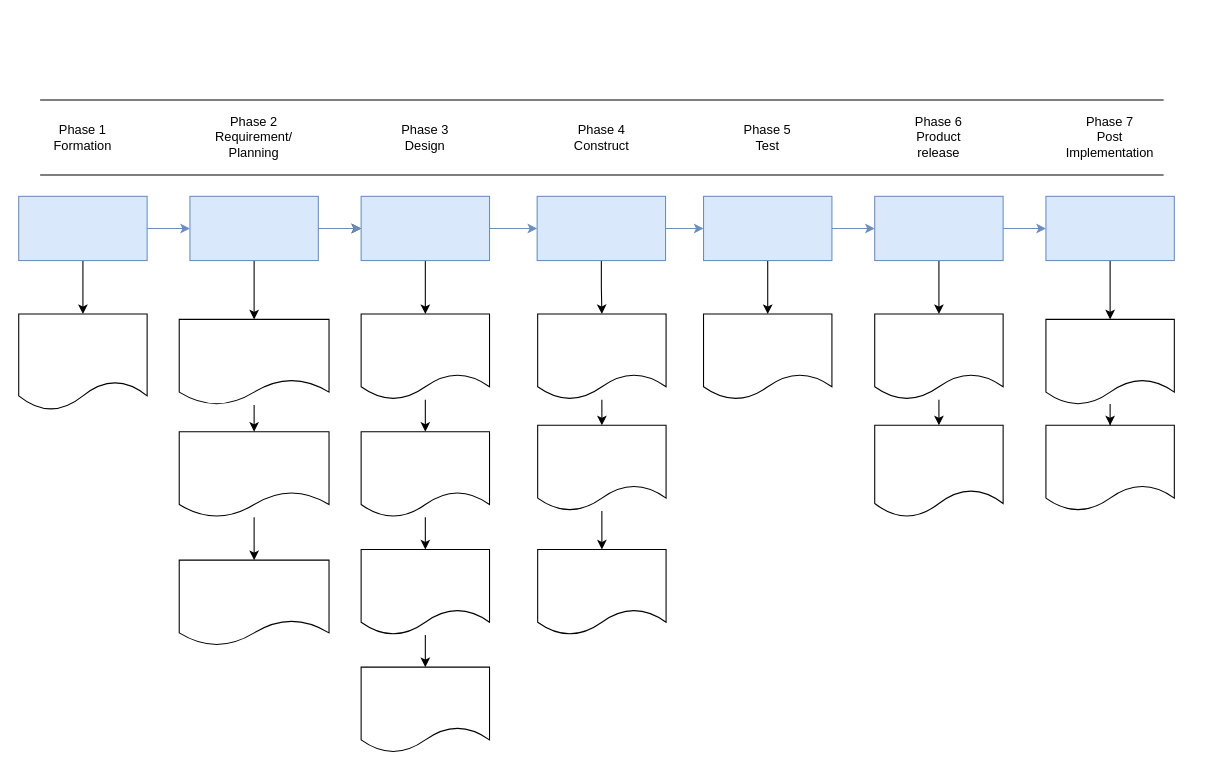
Before: Sign language detection project SDLC.drawio in YatinBajajOP/SEPM, a draw.io diagram. Source tidied: cells renumbered, new cells numbered last; positions are measured from the earlier drawing's top-left corner, leaving out a move shared by most shapes. Both pictures are drawn from the tidied source at 107%, with x=0, y=0 at pixel (18, 100).
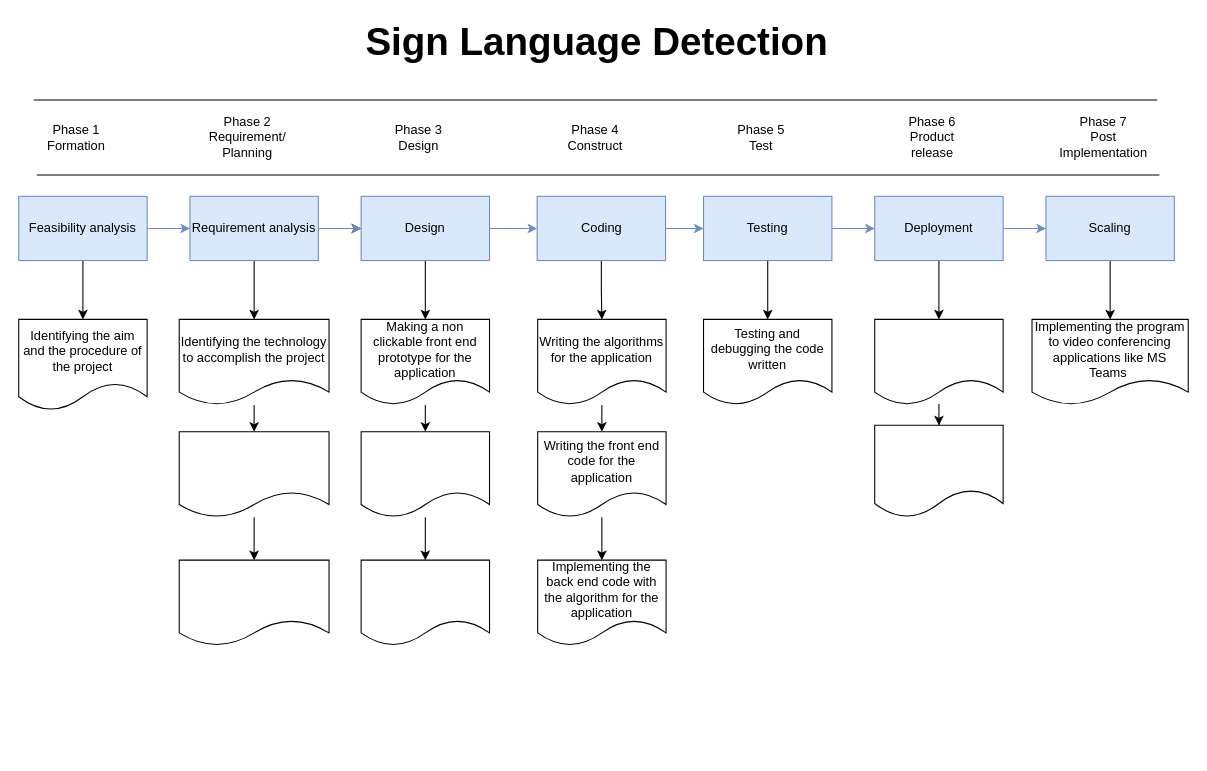
Above is the later version.

Change to the diagram source:
```diff
@@
-    <mxCell id="4" style="rounded=0;whiteSpace=wrap;html=1;fillColor=#dae8fc;strokeColor=#6c8ebf;" parent="1" vertex="1">
+    <mxCell id="4" value="Feasibility analysis" style="rounded=0;whiteSpace=wrap;html=1;fillColor=#dae8fc;strokeColor=#6c8ebf;" parent="1" vertex="1">
       <mxGeometry y="90" width="120" height="60" as="geometry" />
     </mxCell>
@@
-    <mxCell id="8" style="rounded=0;whiteSpace=wrap;html=1;fillColor=#dae8fc;strokeColor=#6c8ebf;" parent="1" vertex="1">
+    <mxCell id="8" value="Requirement analysis" style="rounded=0;whiteSpace=wrap;html=1;fillColor=#dae8fc;strokeColor=#6c8ebf;" parent="1" vertex="1">
       <mxGeometry x="160" y="90" width="120" height="60" as="geometry" />
     </mxCell>
@@
-    <mxCell id="11" style="rounded=0;whiteSpace=wrap;html=1;fillColor=#dae8fc;strokeColor=#6c8ebf;" parent="1" vertex="1">
+    <mxCell id="11" value="Design" style="rounded=0;whiteSpace=wrap;html=1;fillColor=#dae8fc;strokeColor=#6c8ebf;" parent="1" vertex="1">
       <mxGeometry x="320" y="90" width="120" height="60" as="geometry" />
     </mxCell>
-    <mxCell id="12" style="shape=document;whiteSpace=wrap;html=1;boundedLbl=1;" parent="1" vertex="1">
-      <mxGeometry y="200" width="120" height="90" as="geometry" />
+    <mxCell id="12" value="Identifying the aim and the procedure of the project" style="shape=document;whiteSpace=wrap;html=1;boundedLbl=1;" parent="1" vertex="1">
+      <mxGeometry y="205" width="120" height="85" as="geometry" />
     </mxCell>
@@
-    <mxCell id="14" style="shape=document;whiteSpace=wrap;html=1;boundedLbl=1;rounded=0;" parent="1" vertex="1">
+    <mxCell id="14" value="&lt;span&gt;Identifying the technology to accomplish the project&lt;/span&gt;" style="shape=document;whiteSpace=wrap;html=1;boundedLbl=1;rounded=0;" parent="1" vertex="1">
       <mxGeometry x="150" y="205" width="140" height="80" as="geometry" />
     </mxCell>
@@
-    <mxCell id="19" style="shape=document;whiteSpace=wrap;html=1;boundedLbl=1;rounded=0;" parent="1" vertex="1">
-      <mxGeometry x="320" y="200" width="120" height="80" as="geometry" />
+    <mxCell id="19" value="Making a non clickable front end prototype for the application" style="shape=document;whiteSpace=wrap;html=1;boundedLbl=1;rounded=0;" parent="1" vertex="1">
+      <mxGeometry x="320" y="205" width="120" height="80" as="geometry" />
     </mxCell>
@@
-    <mxCell id="22" style="edgeStyle=orthogonalEdgeStyle;rounded=0;jettySize=auto;html=1;" parent="1" edge="1" source="23" target="36">
-      <mxGeometry relative="1" as="geometry" />
-    </mxCell>
     <mxCell id="23" style="shape=document;whiteSpace=wrap;html=1;boundedLbl=1;rounded=0;" parent="1" vertex="1">
-      <mxGeometry x="320" y="420" width="120" height="80" as="geometry" />
+      <mxGeometry x="320" y="430" width="120" height="80" as="geometry" />
     </mxCell>
@@
-    <mxCell id="26" style="rounded=0;whiteSpace=wrap;html=1;fillColor=#dae8fc;strokeColor=#6c8ebf;" parent="1" vertex="1">
+    <mxCell id="26" value="Coding" style="rounded=0;whiteSpace=wrap;html=1;fillColor=#dae8fc;strokeColor=#6c8ebf;" parent="1" vertex="1">
       <mxGeometry x="484.5" y="90" width="120" height="60" as="geometry" />
     </mxCell>
@@
-    <mxCell id="28" style="shape=document;whiteSpace=wrap;html=1;boundedLbl=1;rounded=0;" parent="1" vertex="1">
-      <mxGeometry x="485" y="200" width="120" height="80" as="geometry" />
+    <mxCell id="28" value="Writing the algorithms for the application" style="shape=document;whiteSpace=wrap;html=1;boundedLbl=1;rounded=0;" parent="1" vertex="1">
+      <mxGeometry x="485" y="205" width="120" height="80" as="geometry" />
     </mxCell>
@@
-    <mxCell id="30" style="shape=document;whiteSpace=wrap;html=1;boundedLbl=1;rounded=0;" parent="1" vertex="1">
-      <mxGeometry x="485" y="304" width="120" height="80" as="geometry" />
+    <mxCell id="30" value="Writing the front end code for the application" style="shape=document;whiteSpace=wrap;html=1;boundedLbl=1;rounded=0;" parent="1" vertex="1">
+      <mxGeometry x="485" y="310" width="120" height="80" as="geometry" />
     </mxCell>
-    <mxCell id="31" style="shape=document;whiteSpace=wrap;html=1;boundedLbl=1;rounded=0;" parent="1" vertex="1">
-      <mxGeometry x="485" y="420" width="120" height="80" as="geometry" />
+    <mxCell id="31" value="Implementing the back end code with the algorithm for the application" style="shape=document;whiteSpace=wrap;html=1;boundedLbl=1;rounded=0;" parent="1" vertex="1">
+      <mxGeometry x="485" y="430" width="120" height="80" as="geometry" />
     </mxCell>
@@
-    <mxCell id="34" style="rounded=0;whiteSpace=wrap;html=1;fillColor=#dae8fc;strokeColor=#6c8ebf;" parent="1" vertex="1">
+    <mxCell id="34" value="Testing" style="rounded=0;whiteSpace=wrap;html=1;fillColor=#dae8fc;strokeColor=#6c8ebf;" parent="1" vertex="1">
       <mxGeometry x="640" y="90" width="120" height="60" as="geometry" />
     </mxCell>
-    <mxCell id="35" style="shape=document;whiteSpace=wrap;html=1;boundedLbl=1;rounded=0;" parent="1" vertex="1">
-      <mxGeometry x="640" y="200" width="120" height="80" as="geometry" />
+    <mxCell id="35" value="Testing and debugging the code written" style="shape=document;whiteSpace=wrap;html=1;boundedLbl=1;rounded=0;" parent="1" vertex="1">
+      <mxGeometry x="640" y="205" width="120" height="80" as="geometry" />
     </mxCell>
-    <mxCell id="36" style="shape=document;whiteSpace=wrap;html=1;boundedLbl=1;rounded=0;" parent="1" vertex="1">
-      <mxGeometry x="320" y="530" width="120" height="80" as="geometry" />
-    </mxCell>
@@
-    <mxCell id="39" style="whiteSpace=wrap;html=1;rounded=0;fillColor=#dae8fc;strokeColor=#6c8ebf;" parent="1" vertex="1">
+    <mxCell id="39" value="Deployment" style="whiteSpace=wrap;html=1;rounded=0;fillColor=#dae8fc;strokeColor=#6c8ebf;" parent="1" vertex="1">
       <mxGeometry x="800" y="90" width="120" height="60" as="geometry" />
     </mxCell>
@@
     <mxCell id="41" style="shape=document;whiteSpace=wrap;html=1;boundedLbl=1;rounded=0;" parent="1" vertex="1">
-      <mxGeometry x="800" y="200" width="120" height="80" as="geometry" />
+      <mxGeometry x="800" y="205" width="120" height="80" as="geometry" />
     </mxCell>
@@
-    <mxCell id="44" style="whiteSpace=wrap;html=1;rounded=0;fillColor=#dae8fc;strokeColor=#6c8ebf;" parent="1" vertex="1">
+    <mxCell id="44" value="Scaling" style="whiteSpace=wrap;html=1;rounded=0;fillColor=#dae8fc;strokeColor=#6c8ebf;" parent="1" vertex="1">
       <mxGeometry x="960" y="90" width="120" height="60" as="geometry" />
     </mxCell>
-    <mxCell id="45" style="edgeStyle=orthogonalEdgeStyle;rounded=0;jettySize=auto;html=1;" parent="1" edge="1" source="46" target="47">
-      <mxGeometry relative="1" as="geometry" />
-    </mxCell>
-    <mxCell id="46" style="shape=document;whiteSpace=wrap;html=1;boundedLbl=1;rounded=0;" parent="1" vertex="1">
-      <mxGeometry x="960" y="205" width="120" height="80" as="geometry" />
+    <mxCell id="46" value="Implementing the program to video conferencing applications like MS Teams&amp;nbsp;" style="shape=document;whiteSpace=wrap;html=1;boundedLbl=1;rounded=0;" parent="1" vertex="1">
+      <mxGeometry x="947" y="205" width="146" height="80" as="geometry" />
     </mxCell>
-    <mxCell id="47" style="shape=document;whiteSpace=wrap;html=1;boundedLbl=1;rounded=0;" parent="1" vertex="1">
-      <mxGeometry x="960" y="304" width="120" height="80" as="geometry" />
-    </mxCell>
     <mxCell id="48" value="Phase 1&lt;br&gt;Formation" style="text;html=1;strokeColor=none;fillColor=none;align=center;verticalAlign=middle;whiteSpace=wrap;rounded=0;" parent="1" vertex="1">
-      <mxGeometry x="30" y="20" width="60" height="30" as="geometry" />
+      <mxGeometry x="24" y="20" width="60" height="30" as="geometry" />
     </mxCell>
     <mxCell id="49" value="Phase 2&lt;br&gt;Requirement/ Planning" style="text;html=1;strokeColor=none;fillColor=none;align=center;verticalAlign=middle;whiteSpace=wrap;rounded=0;" parent="1" vertex="1">
-      <mxGeometry x="190" y="20" width="60" height="30" as="geometry" />
+      <mxGeometry x="184" y="20" width="60" height="30" as="geometry" />
     </mxCell>
     <mxCell id="50" value="Phase 3&lt;br&gt;Design" style="text;html=1;strokeColor=none;fillColor=none;align=center;verticalAlign=middle;whiteSpace=wrap;rounded=0;" parent="1" vertex="1">
-      <mxGeometry x="350" y="20" width="60" height="30" as="geometry" />
+      <mxGeometry x="344" y="20" width="60" height="30" as="geometry" />
     </mxCell>
     <mxCell id="51" value="Phase 4&lt;br&gt;Construct" style="text;html=1;strokeColor=none;fillColor=none;align=center;verticalAlign=middle;whiteSpace=wrap;rounded=0;" parent="1" vertex="1">
-      <mxGeometry x="515" y="20" width="60" height="30" as="geometry" />
+      <mxGeometry x="509" y="20" width="60" height="30" as="geometry" />
     </mxCell>
     <mxCell id="52" value="Phase 5&lt;br&gt;Test" style="text;html=1;strokeColor=none;fillColor=none;align=center;verticalAlign=middle;whiteSpace=wrap;rounded=0;" parent="1" vertex="1">
-      <mxGeometry x="670" y="20" width="60" height="30" as="geometry" />
+      <mxGeometry x="664" y="20" width="60" height="30" as="geometry" />
     </mxCell>
     <mxCell id="53" value="Phase 6&lt;br&gt;Product release" style="text;html=1;strokeColor=none;fillColor=none;align=center;verticalAlign=middle;whiteSpace=wrap;rounded=0;" parent="1" vertex="1">
-      <mxGeometry x="830" y="20" width="60" height="30" as="geometry" />
+      <mxGeometry x="824" y="20" width="60" height="30" as="geometry" />
     </mxCell>
     <mxCell id="54" value="Phase 7&lt;br&gt;Post Implementation" style="text;html=1;strokeColor=none;fillColor=none;align=center;verticalAlign=middle;whiteSpace=wrap;rounded=0;" parent="1" vertex="1">
-      <mxGeometry x="990" y="20" width="60" height="30" as="geometry" />
+      <mxGeometry x="984" y="20" width="60" height="30" as="geometry" />
     </mxCell>
     <mxCell id="55" style="endArrow=none;html=1;rounded=0;" parent="1" edge="1">
       <mxGeometry relative="1" as="geometry">
-        <mxPoint x="20" as="sourcePoint" />
-        <mxPoint x="1070" as="targetPoint" />
+        <mxPoint x="14" as="sourcePoint" />
+        <mxPoint x="1064" as="targetPoint" />
       </mxGeometry>
     </mxCell>
     <mxCell id="56" style="endArrow=none;html=1;rounded=0;" parent="1" edge="1">
       <mxGeometry relative="1" as="geometry">
-        <mxPoint x="20" y="70" as="sourcePoint" />
-        <mxPoint x="1070" y="70" as="targetPoint" />
+        <mxPoint x="17" y="70" as="sourcePoint" />
+        <mxPoint x="1066" y="70" as="targetPoint" />
       </mxGeometry>
     </mxCell>
+    <mxCell id="57" value="&lt;b&gt;&lt;font style=&quot;font-size: 36px&quot;&gt;Sign Language Detection&amp;nbsp;&lt;/font&gt;&lt;/b&gt;" style="text;html=1;align=center;verticalAlign=middle;strokeColor=none;fillColor=none;" parent="1" vertex="1">
+      <mxGeometry x="315" y="-70" width="460" height="30" as="geometry" />
+    </mxCell>
```
